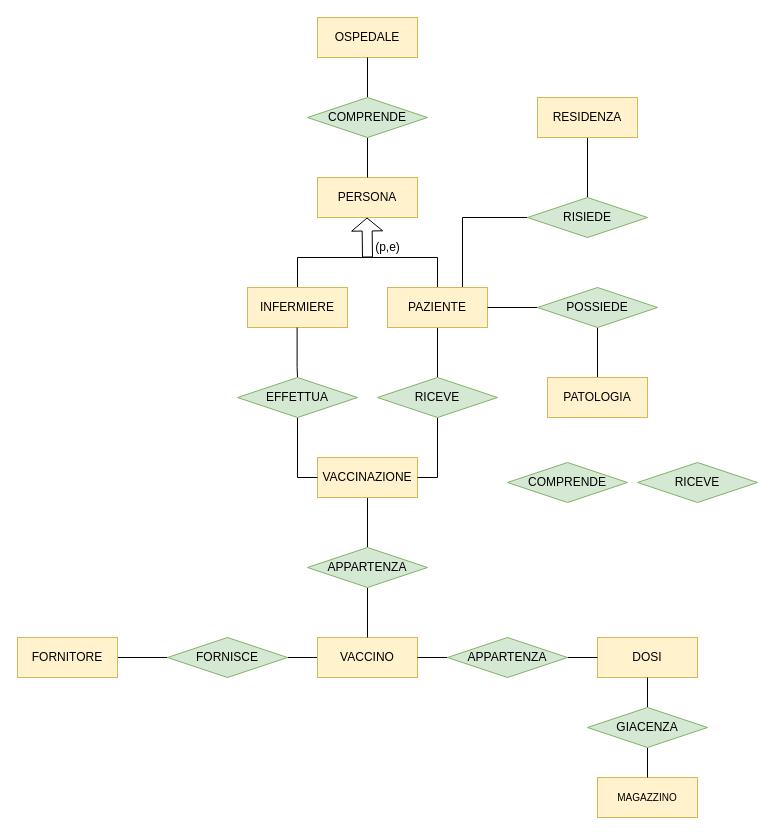
This is Diagrammi E-R/Schema finale.drawio from luigi-borriello00/Vaccinations-Tracker, a draw.io file, before an edit. Source tidied: cells renumbered, new cells numbered last; positions are measured from the earlier drawing's top-left corner, leaving out a move shared by most shapes. Both pictures are drawn from the tidied source at 100%, with x=0, y=0 at pixel (17, 17).
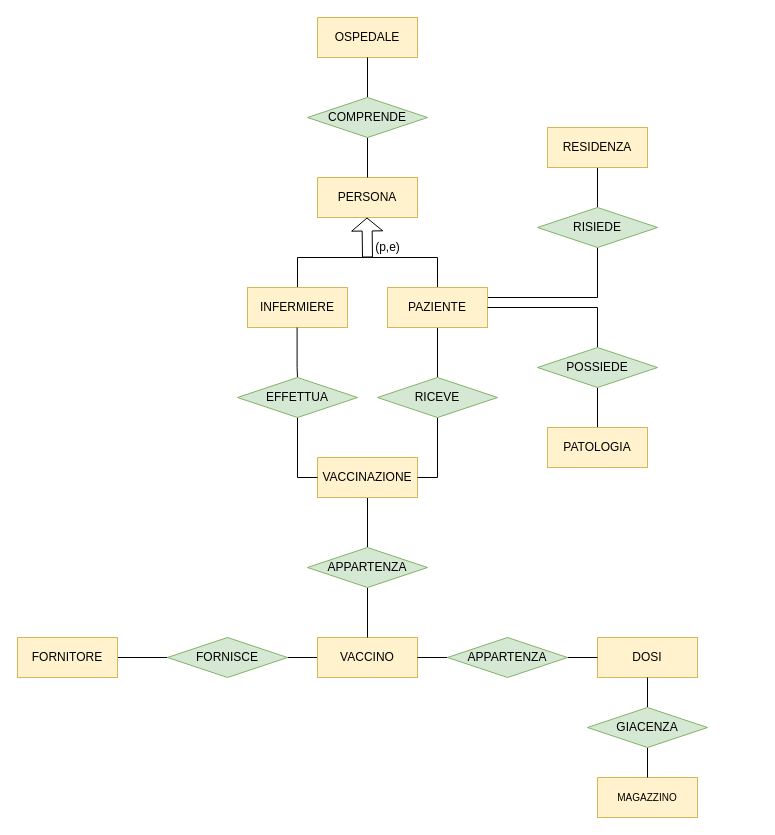
The same page after the edit.

Unchanged cells that the change refers to:
```xml
<mxCell id="12" value="PAZIENTE" style="whiteSpace=wrap;html=1;align=center;fontSize=12;fillColor=#fff2cc;strokeColor=#d6b656;" parent="1" vertex="1">
  <mxGeometry x="370" y="270" width="100" height="40" as="geometry" />
</mxCell>
```

What changed in the source:
```diff
@@
-    <mxCell id="11" style="edgeStyle=orthogonalEdgeStyle;rounded=0;jettySize=auto;html=1;exitX=0.75;exitY=0;exitDx=0;exitDy=0;entryX=0;entryY=0.5;entryDx=0;entryDy=0;endArrow=none;endFill=0;" parent="1" edge="1" source="12" target="43">
-      <mxGeometry relative="1" as="geometry" />
+    <mxCell id="11" style="edgeStyle=orthogonalEdgeStyle;rounded=0;jettySize=auto;html=1;exitX=0.75;exitY=0;exitDx=0;exitDy=0;endArrow=none;endFill=0;entryX=0.5;entryY=1;entryDx=0;entryDy=0;" parent="1" edge="1" source="12" target="43">
+      <mxGeometry relative="1" as="geometry">
+        <Array as="points">
+          <mxPoint x="445" y="280" />
+          <mxPoint x="580" y="280" />
+        </Array>
+      </mxGeometry>
     </mxCell>
@@
     <mxCell id="39" style="edgeStyle=orthogonalEdgeStyle;rounded=0;jettySize=auto;html=1;endArrow=none;endFill=0;" parent="1" edge="1" source="40" target="12">
-      <mxGeometry relative="1" as="geometry" />
+      <mxGeometry relative="1" as="geometry">
+        <Array as="points">
+          <mxPoint x="580" y="290" />
+        </Array>
+      </mxGeometry>
     </mxCell>
     <mxCell id="40" value="POSSIEDE" style="shape=rhombus;perimeter=rhombusPerimeter;whiteSpace=wrap;html=1;align=center;fillColor=#d5e8d4;strokeColor=#82b366;" parent="1" vertex="1">
-      <mxGeometry x="520" y="270" width="120" height="40" as="geometry" />
+      <mxGeometry x="520" y="330" width="120" height="40" as="geometry" />
     </mxCell>
     <mxCell id="41" value="PATOLOGIA" style="whiteSpace=wrap;html=1;align=center;fontSize=12;fillColor=#fff2cc;strokeColor=#d6b656;" parent="1" vertex="1">
-      <mxGeometry x="530" y="360" width="100" height="40" as="geometry" />
+      <mxGeometry x="530" y="410" width="100" height="40" as="geometry" />
     </mxCell>
@@
     <mxCell id="43" value="RISIEDE" style="shape=rhombus;perimeter=rhombusPerimeter;whiteSpace=wrap;html=1;align=center;fillColor=#d5e8d4;strokeColor=#82b366;" parent="1" vertex="1">
-      <mxGeometry x="510" y="180" width="120" height="40" as="geometry" />
+      <mxGeometry x="520" y="190" width="120" height="40" as="geometry" />
     </mxCell>
     <mxCell id="44" value="RESIDENZA" style="whiteSpace=wrap;html=1;align=center;fontSize=12;fillColor=#fff2cc;strokeColor=#d6b656;" parent="1" vertex="1">
-      <mxGeometry x="520" y="80" width="100" height="40" as="geometry" />
+      <mxGeometry x="530" y="110" width="100" height="40" as="geometry" />
     </mxCell>
-    <mxCell id="45" value="&lt;span style=&quot;font-size: 12px&quot;&gt;COMPRENDE&lt;/span&gt;" style="shape=rhombus;perimeter=rhombusPerimeter;whiteSpace=wrap;html=1;align=center;fontSize=9;fillColor=#d5e8d4;strokeColor=#82b366;" parent="1" vertex="1">
-      <mxGeometry x="490" y="445" width="120" height="40" as="geometry" />
-    </mxCell>
-    <mxCell id="46" value="RICEVE" style="shape=rhombus;perimeter=rhombusPerimeter;whiteSpace=wrap;html=1;align=center;fillColor=#d5e8d4;strokeColor=#82b366;" parent="1" vertex="1">
-      <mxGeometry x="620" y="445" width="120" height="40" as="geometry" />
-    </mxCell>
```
